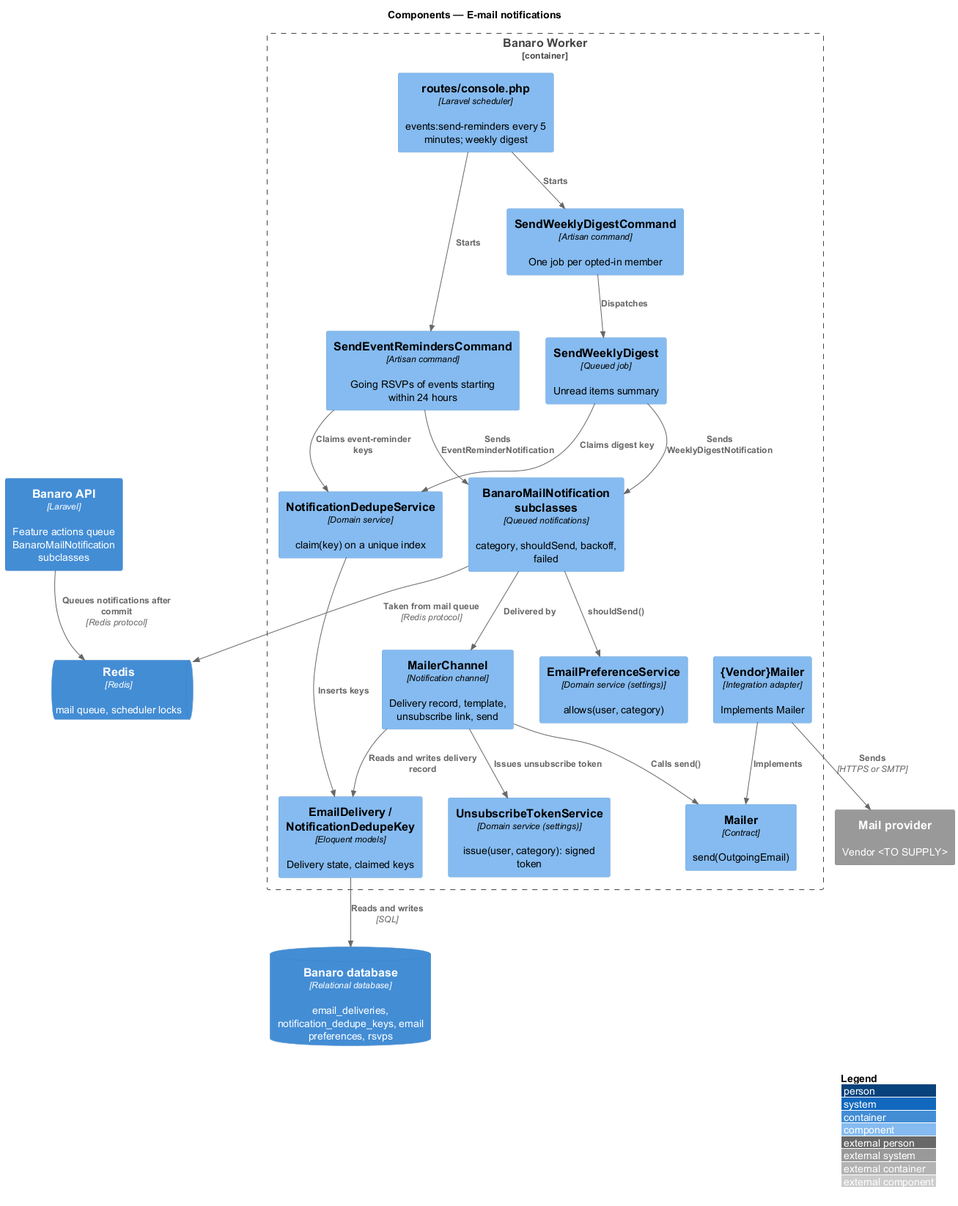
Above: docs/detailed-designs/notifications/email-notifications/diagrams/c4-component.png in QuinntyneBrown/banaro (PlantUML), before the change. Source of this version:
```plantuml
@startuml
!include <C4/C4_Component>
LAYOUT_WITH_LEGEND()
title Components — E-mail notifications

System_Ext(mail, "Mail provider", "Vendor <TO SUPPLY>")
ContainerDb(db, "Banaro database", "Relational database", "email_deliveries, notification_dedupe_keys, email preferences, rsvps")
ContainerQueue(redis, "Redis", "Redis", "mail queue, scheduler locks")
Container(api, "Banaro API", "Laravel", "Feature actions queue BanaroMailNotification subclasses")

Container_Boundary(worker, "Banaro Worker") {
  Component(schedule, "routes/console.php", "Laravel scheduler", "events:send-reminders every 5 minutes; weekly digest")
  Component(reminders, "SendEventRemindersCommand", "Artisan command", "Going RSVPs of events starting within 24 hours")
  Component(digestcmd, "SendWeeklyDigestCommand", "Artisan command", "One job per opted-in member")
  Component(digestjob, "SendWeeklyDigest", "Queued job", "Unread items summary")
  Component(dedupe, "NotificationDedupeService", "Domain service", "claim(key) on a unique index")
  Component(base, "BanaroMailNotification subclasses", "Queued notifications", "category, shouldSend, backoff, failed")
  Component(channel, "MailerChannel", "Notification channel", "Delivery record, template, unsubscribe link, send")
  Component(prefs, "EmailPreferenceService", "Domain service (settings)", "allows(user, category)")
  Component(links, "UnsubscribeTokenService", "Domain service (settings)", "issue(user, category): signed token")
  Component(port, "Mailer", "Contract", "send(OutgoingEmail)")
  Component(adapter, "{Vendor}Mailer", "Integration adapter", "Implements Mailer")
  Component(models, "EmailDelivery / NotificationDedupeKey", "Eloquent models", "Delivery state, claimed keys")
}

Rel(api, redis, "Queues notifications after commit", "Redis protocol")
Rel(schedule, reminders, "Starts")
Rel(schedule, digestcmd, "Starts")
Rel(reminders, dedupe, "Claims event-reminder keys")
Rel(reminders, base, "Sends EventReminderNotification")
Rel(digestcmd, digestjob, "Dispatches")
Rel(digestjob, dedupe, "Claims digest key")
Rel(digestjob, base, "Sends WeeklyDigestNotification")
Rel(base, redis, "Taken from mail queue", "Redis protocol")
Rel(base, prefs, "shouldSend()")
Rel(base, channel, "Delivered by")
Rel(channel, links, "Issues unsubscribe token")
Rel(channel, models, "Reads and writes delivery record")
Rel(channel, port, "Calls send()")
Rel(adapter, port, "Implements")
Rel(adapter, mail, "Sends", "HTTPS or SMTP")
Rel(dedupe, models, "Inserts keys")
Rel(models, db, "Reads and writes", "SQL")
@enduml
```
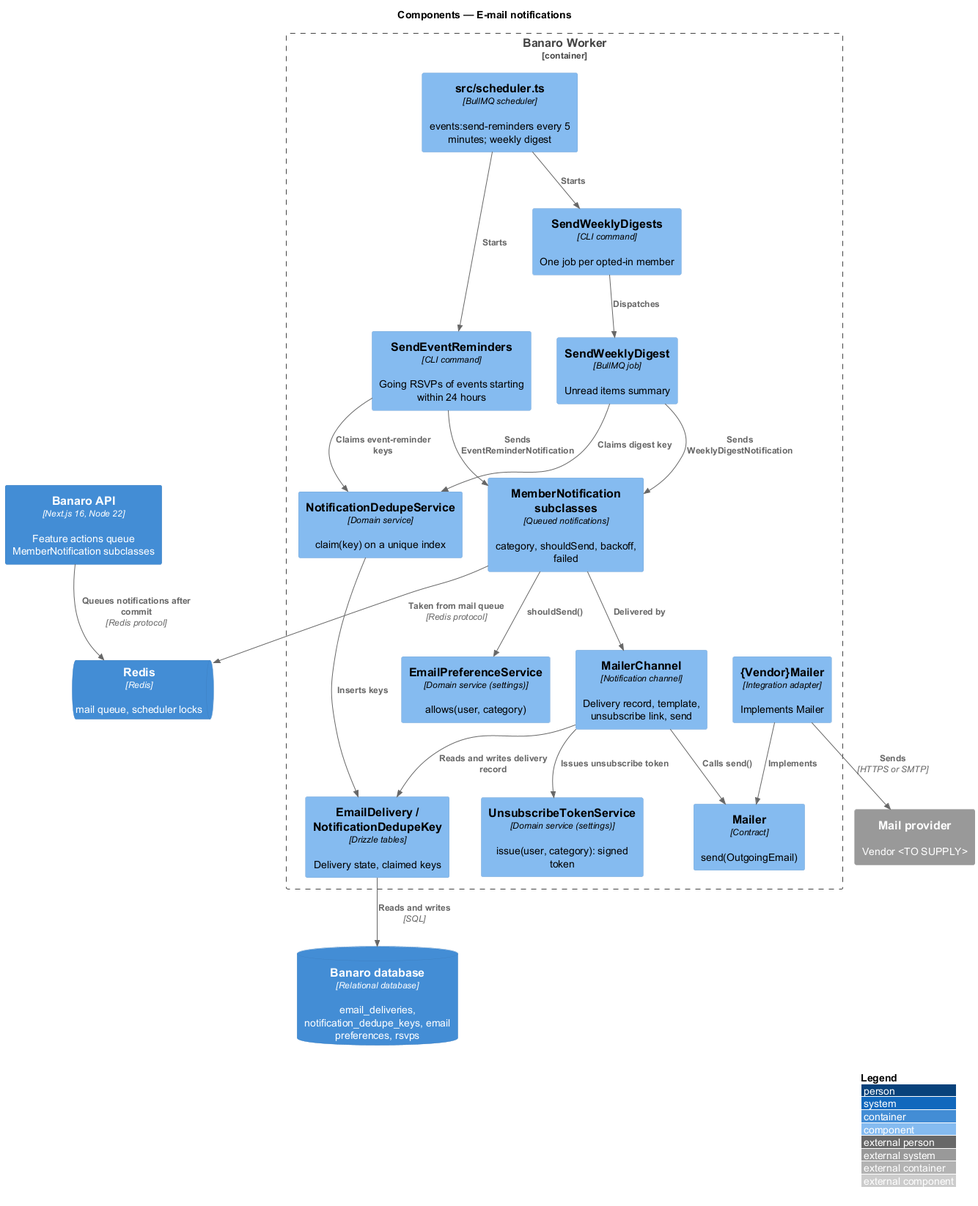
Above is the later version.

Change to the diagram source:
```diff
@@ -6,21 +6,21 @@
 System_Ext(mail, "Mail provider", "Vendor <TO SUPPLY>")
 ContainerDb(db, "Banaro database", "Relational database", "email_deliveries, notification_dedupe_keys, email preferences, rsvps")
 ContainerQueue(redis, "Redis", "Redis", "mail queue, scheduler locks")
-Container(api, "Banaro API", "Laravel", "Feature actions queue BanaroMailNotification subclasses")
+Container(api, "Banaro API", "Next.js 16, Node 22", "Feature actions queue MemberNotification subclasses")
 
 Container_Boundary(worker, "Banaro Worker") {
-  Component(schedule, "routes/console.php", "Laravel scheduler", "events:send-reminders every 5 minutes; weekly digest")
-  Component(reminders, "SendEventRemindersCommand", "Artisan command", "Going RSVPs of events starting within 24 hours")
-  Component(digestcmd, "SendWeeklyDigestCommand", "Artisan command", "One job per opted-in member")
-  Component(digestjob, "SendWeeklyDigest", "Queued job", "Unread items summary")
+  Component(schedule, "src/scheduler.ts", "BullMQ scheduler", "events:send-reminders every 5 minutes; weekly digest")
+  Component(reminders, "SendEventReminders", "CLI command", "Going RSVPs of events starting within 24 hours")
+  Component(digestcmd, "SendWeeklyDigests", "CLI command", "One job per opted-in member")
+  Component(digestjob, "SendWeeklyDigest", "BullMQ job", "Unread items summary")
   Component(dedupe, "NotificationDedupeService", "Domain service", "claim(key) on a unique index")
-  Component(base, "BanaroMailNotification subclasses", "Queued notifications", "category, shouldSend, backoff, failed")
+  Component(base, "MemberNotification subclasses", "Queued notifications", "category, shouldSend, backoff, failed")
   Component(channel, "MailerChannel", "Notification channel", "Delivery record, template, unsubscribe link, send")
   Component(prefs, "EmailPreferenceService", "Domain service (settings)", "allows(user, category)")
   Component(links, "UnsubscribeTokenService", "Domain service (settings)", "issue(user, category): signed token")
   Component(port, "Mailer", "Contract", "send(OutgoingEmail)")
   Component(adapter, "{Vendor}Mailer", "Integration adapter", "Implements Mailer")
-  Component(models, "EmailDelivery / NotificationDedupeKey", "Eloquent models", "Delivery state, claimed keys")
+  Component(models, "EmailDelivery / NotificationDedupeKey", "Drizzle tables", "Delivery state, claimed keys")
 }
 
 Rel(api, redis, "Queues notifications after commit", "Redis protocol")
```
